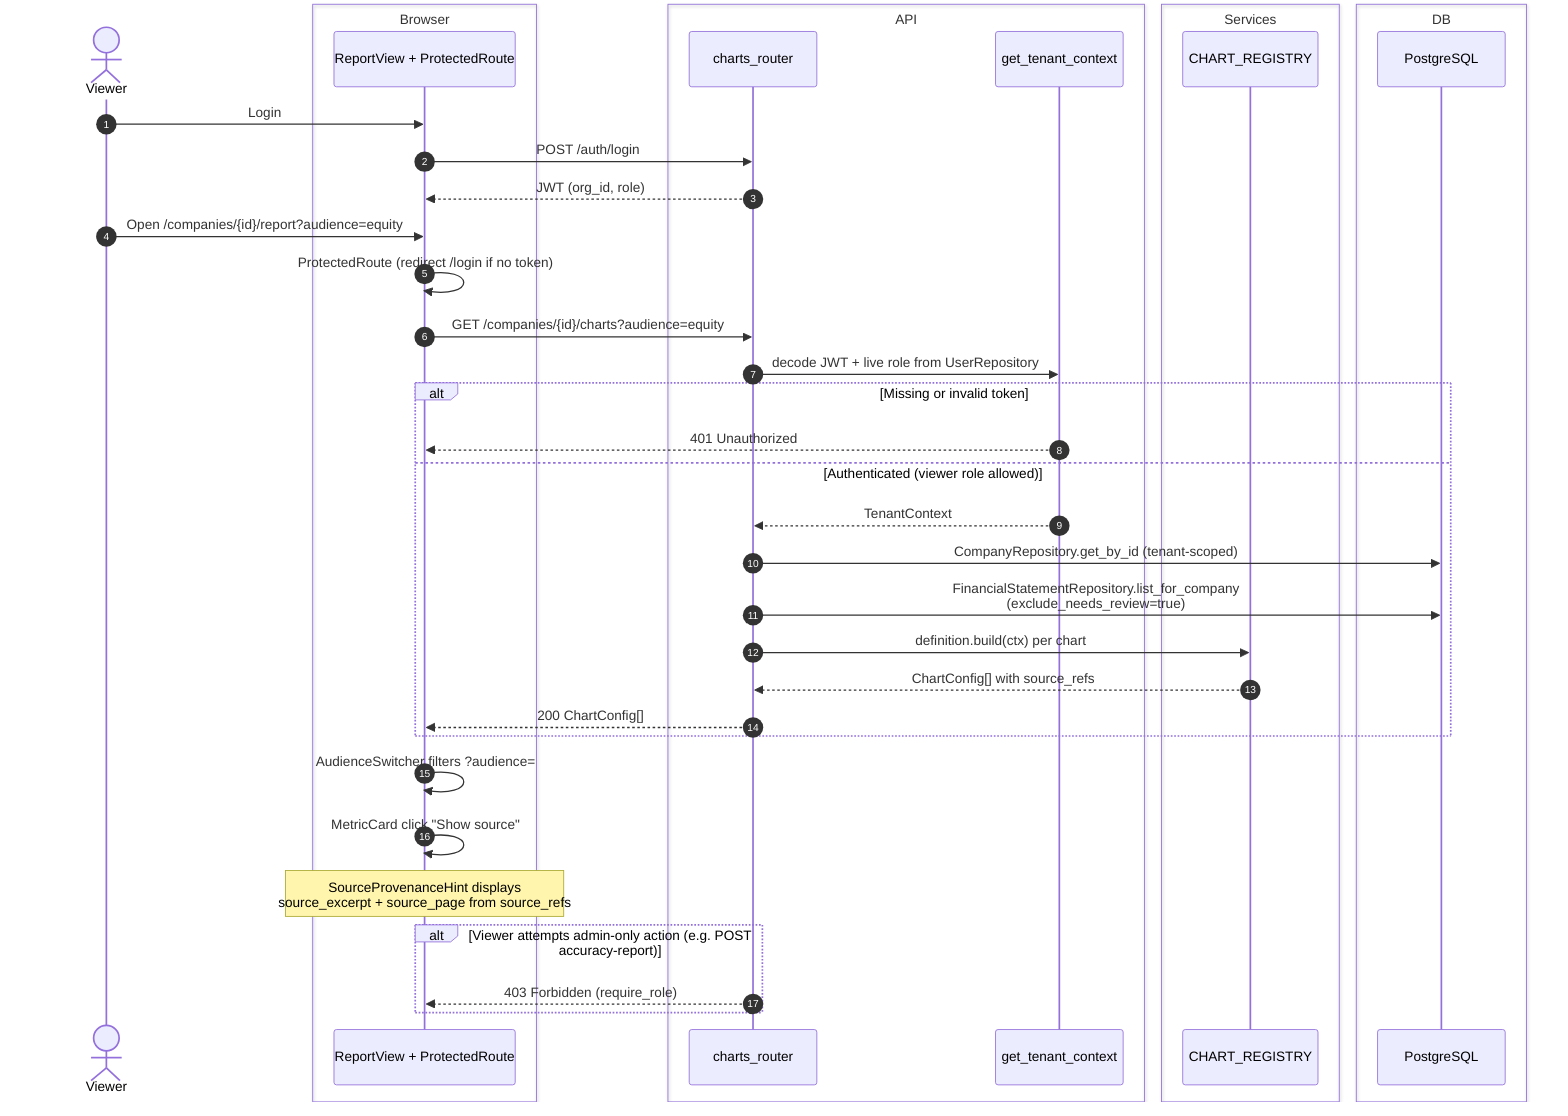
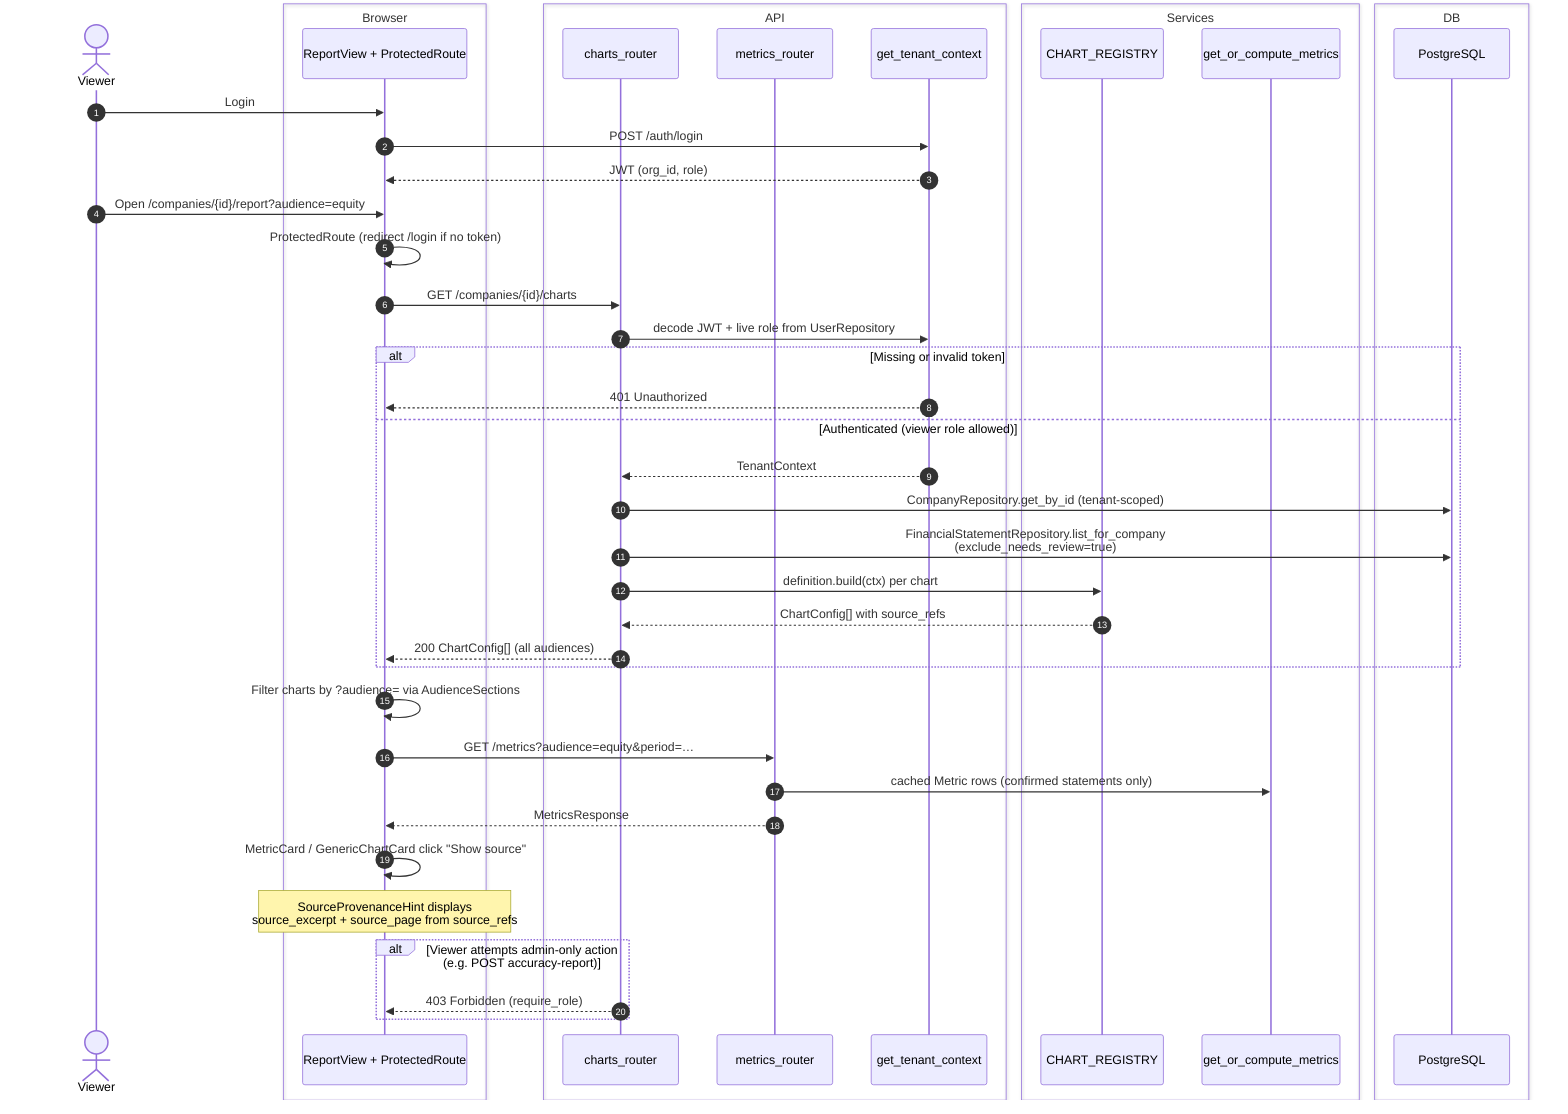
sequenceDiagram
    autonumber
    actor Viewer
    box Browser
        participant Browser as ReportView + ProtectedRoute
    end
    box API
-         participant API as charts_router
+         participant ChartsAPI as charts_router
+         participant MetricsAPI as metrics_router
        participant Auth as get_tenant_context
    end
    box Services
        participant ChartRegistry as CHART_REGISTRY
+         participant MetricsOrch as get_or_compute_metrics
    end
    box DB
        participant DB as PostgreSQL
    end

    Viewer->>Browser: Login
-     Browser->>API: POST /auth/login
-     API-->>Browser: JWT (org_id, role)
+     Browser->>Auth: POST /auth/login
+     Auth-->>Browser: JWT (org_id, role)
    Viewer->>Browser: Open /companies/{id}/report?audience=equity
    Browser->>Browser: ProtectedRoute (redirect /login if no token)

-     Browser->>API: GET /companies/{id}/charts?audience=equity
-     API->>Auth: decode JWT + live role from UserRepository
+     Browser->>ChartsAPI: GET /companies/{id}/charts
+     ChartsAPI->>Auth: decode JWT + live role from UserRepository

    alt Missing or invalid token
        Auth-->>Browser: 401 Unauthorized
    else Authenticated (viewer role allowed)
-         Auth-->>API: TenantContext
-         API->>DB: CompanyRepository.get_by_id (tenant-scoped)
-         API->>DB: FinancialStatementRepository.list_for_company<br/>(exclude_needs_review=true)
-         API->>ChartRegistry: definition.build(ctx) per chart
-         ChartRegistry-->>API: ChartConfig[] with source_refs
-         API-->>Browser: 200 ChartConfig[]
+         Auth-->>ChartsAPI: TenantContext
+         ChartsAPI->>DB: CompanyRepository.get_by_id (tenant-scoped)
+         ChartsAPI->>DB: FinancialStatementRepository.list_for_company<br/>(exclude_needs_review=true)
+         ChartsAPI->>ChartRegistry: definition.build(ctx) per chart
+         ChartRegistry-->>ChartsAPI: ChartConfig[] with source_refs
+         ChartsAPI-->>Browser: 200 ChartConfig[] (all audiences)
    end

-     Browser->>Browser: AudienceSwitcher filters ?audience=
-     Browser->>Browser: MetricCard click "Show source"
+     Browser->>Browser: Filter charts by ?audience= via AudienceSections
+     Browser->>MetricsAPI: GET /metrics?audience=equity&period=…
+     MetricsAPI->>MetricsOrch: cached Metric rows (confirmed statements only)
+     MetricsAPI-->>Browser: MetricsResponse
+ 
+     Browser->>Browser: MetricCard / GenericChartCard click "Show source"
    Note over Browser: SourceProvenanceHint displays<br/>source_excerpt + source_page from source_refs

    alt Viewer attempts admin-only action (e.g. POST accuracy-report)
-         API-->>Browser: 403 Forbidden (require_role)
+         ChartsAPI-->>Browser: 403 Forbidden (require_role)
    end
